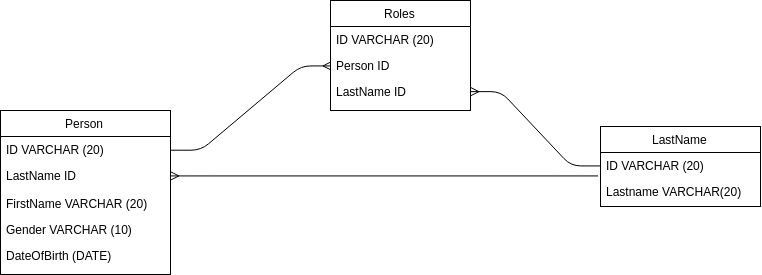
Before: familytree.png, a diagram exported from draw.io (darwins-fox-2017/schema-family-tree). Source tidied: cells renumbered, new cells last; positions are measured from the earlier drawing's top-left corner, leaving out a move shared by most shapes. Source of this version:
```xml
<mxGraphModel background="#ffffff">
  <root>
    <mxCell id="0" />
    <mxCell id="1" parent="0" />
    <mxCell id="2" value="Roles" style="swimlane;html=1;fontStyle=0;horizontal=1;startSize=26;fillColor=none;swimlaneFillColor=#ffffff;" parent="1" vertex="1">
      <mxGeometry x="330" width="140" height="110" as="geometry" />
    </mxCell>
    <mxCell id="3" value="ID VARCHAR (20)" style="text;html=1;strokeColor=none;fillColor=none;align=left;verticalAlign=top;spacingLeft=4;spacingRight=4;whiteSpace=wrap;overflow=hidden;" parent="2" vertex="1">
      <mxGeometry y="26" width="140" height="26" as="geometry" />
    </mxCell>
    <mxCell id="4" value="Person ID" style="text;html=1;strokeColor=none;fillColor=none;align=left;verticalAlign=top;spacingLeft=4;spacingRight=4;whiteSpace=wrap;overflow=hidden;points=[[0,0.5],[1,0.5]];portConstraint=eastwest;" parent="2" vertex="1">
      <mxGeometry y="52" width="140" height="26" as="geometry" />
    </mxCell>
    <mxCell id="5" value="LastName" style="swimlane;html=1;fontStyle=0;horizontal=1;startSize=26;fillColor=none;swimlaneFillColor=#ffffff;" parent="1" vertex="1">
      <mxGeometry x="600" y="126" width="160" height="80" as="geometry" />
    </mxCell>
    <mxCell id="6" value="ID VARCHAR (20)" style="text;html=1;strokeColor=none;fillColor=none;align=left;verticalAlign=top;spacingLeft=4;spacingRight=4;whiteSpace=wrap;overflow=hidden;points=[[0,0.5],[1,0.5]];portConstraint=eastwest;" parent="5" vertex="1">
      <mxGeometry y="26" width="160" height="26" as="geometry" />
    </mxCell>
    <mxCell id="7" value="Lastname VARCHAR(20)" style="text;html=1;strokeColor=none;fillColor=none;align=left;verticalAlign=top;spacingLeft=4;spacingRight=4;whiteSpace=wrap;overflow=hidden;points=[[0,0.5],[1,0.5]];portConstraint=eastwest;" parent="5" vertex="1">
      <mxGeometry y="52" width="160" height="26" as="geometry" />
    </mxCell>
    <mxCell id="8" value="Person" style="swimlane;html=1;fontStyle=0;horizontal=1;startSize=26;fillColor=none;swimlaneFillColor=#ffffff;" parent="1" vertex="1">
      <mxGeometry y="110" width="170" height="164" as="geometry" />
    </mxCell>
    <mxCell id="9" value="ID VARCHAR (20)" style="text;html=1;strokeColor=none;fillColor=none;align=left;verticalAlign=top;spacingLeft=4;spacingRight=4;whiteSpace=wrap;overflow=hidden;points=[[0,0.5],[1,0.5]];portConstraint=eastwest;" parent="8" vertex="1">
      <mxGeometry y="26" width="170" height="26" as="geometry" />
    </mxCell>
    <mxCell id="10" value="LastName ID&lt;div&gt;&lt;br&gt;&lt;/div&gt;&lt;div&gt;FirstName VARCHAR(20)&lt;/div&gt;" style="text;html=1;strokeColor=none;fillColor=none;align=left;verticalAlign=top;spacingLeft=4;spacingRight=4;whiteSpace=wrap;overflow=hidden;points=[[0,0.5],[1,0.5]];portConstraint=eastwest;" parent="8" vertex="1">
      <mxGeometry y="52" width="170" height="28" as="geometry" />
    </mxCell>
    <mxCell id="11" value="FirstName VARCHAR (20)&lt;div&gt;&lt;br&gt;&lt;/div&gt;" style="text;html=1;strokeColor=none;fillColor=none;align=left;verticalAlign=top;spacingLeft=4;spacingRight=4;whiteSpace=wrap;overflow=hidden;" parent="8" vertex="1">
      <mxGeometry y="80" width="170" height="26" as="geometry" />
    </mxCell>
    <mxCell id="12" value="Gender VARCHAR (10)" style="text;html=1;strokeColor=none;fillColor=none;align=left;verticalAlign=top;spacingLeft=4;spacingRight=4;whiteSpace=wrap;overflow=hidden;points=[[0,0.5],[1,0.5]];portConstraint=eastwest;" parent="8" vertex="1">
      <mxGeometry y="106" width="170" height="26" as="geometry" />
    </mxCell>
    <mxCell id="13" value="DateOfBirth (DATE)" style="text;html=1;strokeColor=none;fillColor=none;align=left;verticalAlign=top;spacingLeft=4;spacingRight=4;whiteSpace=wrap;overflow=hidden;points=[[0,0.5],[1,0.5]];portConstraint=eastwest;" parent="8" vertex="1">
      <mxGeometry y="132" width="170" height="26" as="geometry" />
    </mxCell>
    <mxCell id="14" value="LastName ID" style="text;html=1;strokeColor=none;fillColor=none;align=left;verticalAlign=top;spacingLeft=4;spacingRight=4;whiteSpace=wrap;overflow=hidden;points=[[0,0.5],[1,0.5]];portConstraint=eastwest;" parent="1" vertex="1">
      <mxGeometry x="330" y="78" width="140" height="26" as="geometry" />
    </mxCell>
    <mxCell id="15" style="edgeStyle=entityRelationEdgeStyle;html=1;endArrow=ERmany;exitX=1;exitY=0.5;entryX=0;entryY=0.5;endFill=0;" parent="1" edge="1" source="9" target="4">
      <mxGeometry relative="1" as="geometry" />
    </mxCell>
    <mxCell id="16" style="edgeStyle=entityRelationEdgeStyle;html=1;endArrow=none;exitX=1;exitY=0.5;entryX=0;entryY=0.5;endFill=0;startArrow=ERmany;startFill=0;" parent="1" edge="1" source="14" target="6">
      <mxGeometry x="510" y="300" as="geometry" />
    </mxCell>
    <mxCell id="17" style="edgeStyle=entityRelationEdgeStyle;html=1;endArrow=none;exitX=1;exitY=0.464;entryX=-0.012;entryY=-0.115;endFill=0;startArrow=ERmany;startFill=0;exitPerimeter=0;entryPerimeter=0;" parent="1" edge="1" source="10" target="7">
      <mxGeometry x="520" y="362" as="geometry" />
    </mxCell>
  </root>
</mxGraphModel>
```
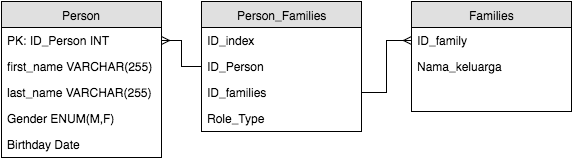
The same file after the commit.

Diff of the diagram source:
```diff
@@ -2,53 +2,53 @@
   <root>
     <mxCell id="0" />
     <mxCell id="1" parent="0" />
-    <mxCell id="2" value="Roles" style="swimlane;html=1;fontStyle=0;horizontal=1;startSize=26;fillColor=none;swimlaneFillColor=#ffffff;" parent="1" vertex="1">
-      <mxGeometry x="330" width="140" height="110" as="geometry" />
+    <mxCell id="2" value="Person" style="swimlane;html=1;fontStyle=0;horizontal=1;startSize=26;fillColor=#e0e0e0;swimlaneFillColor=#ffffff;align=center;" parent="1" vertex="1">
+      <mxGeometry y="-66" width="160" height="156" as="geometry" />
     </mxCell>
+    <mxCell id="18" value="PK: ID_Person INT" style="text;html=1;strokeColor=none;fillColor=none;spacingLeft=4;spacingRight=4;whiteSpace=wrap;overflow=hidden;points=[[0,0.5],[1,0.5]];portConstraint=eastwest;" parent="2" vertex="1">
+      <mxGeometry y="26" width="160" height="26" as="geometry" />
+    </mxCell>
+    <mxCell id="5" value="first_name VARCHAR(255)" style="text;html=1;strokeColor=none;fillColor=none;spacingLeft=4;spacingRight=4;whiteSpace=wrap;overflow=hidden;" parent="2" vertex="1">
+      <mxGeometry y="52" width="160" height="26" as="geometry" />
+    </mxCell>
-    <mxCell id="3" value="ID VARCHAR (20)" style="text;html=1;strokeColor=none;fillColor=none;align=left;verticalAlign=top;spacingLeft=4;spacingRight=4;whiteSpace=wrap;overflow=hidden;" parent="2" vertex="1">
-      <mxGeometry y="26" width="140" height="26" as="geometry" />
+    <mxCell id="3" value="last_name VARCHAR(255)" style="text;html=1;strokeColor=none;fillColor=none;spacingLeft=4;spacingRight=4;whiteSpace=wrap;overflow=hidden;" parent="2" vertex="1">
+      <mxGeometry y="78" width="160" height="26" as="geometry" />
     </mxCell>
-    <mxCell id="4" value="Person ID" style="text;html=1;strokeColor=none;fillColor=none;align=left;verticalAlign=top;spacingLeft=4;spacingRight=4;whiteSpace=wrap;overflow=hidden;points=[[0,0.5],[1,0.5]];portConstraint=eastwest;" parent="2" vertex="1">
-      <mxGeometry y="52" width="140" height="26" as="geometry" />
+    <mxCell id="4" value="Gender ENUM(M,F)" style="text;html=1;strokeColor=none;fillColor=none;spacingLeft=4;spacingRight=4;whiteSpace=wrap;overflow=hidden;points=[[0,0.5],[1,0.5]];portConstraint=eastwest;" parent="2" vertex="1">
+      <mxGeometry y="104" width="160" height="26" as="geometry" />
     </mxCell>
-    <mxCell id="5" value="LastName" style="swimlane;html=1;fontStyle=0;horizontal=1;startSize=26;fillColor=none;swimlaneFillColor=#ffffff;" parent="1" vertex="1">
-      <mxGeometry x="600" y="126" width="160" height="80" as="geometry" />
-    </mxCell>
-    <mxCell id="6" value="ID VARCHAR (20)" style="text;html=1;strokeColor=none;fillColor=none;align=left;verticalAlign=top;spacingLeft=4;spacingRight=4;whiteSpace=wrap;overflow=hidden;points=[[0,0.5],[1,0.5]];portConstraint=eastwest;" parent="5" vertex="1">
-      <mxGeometry y="26" width="160" height="26" as="geometry" />
+    <mxCell id="6" value="Birthday Date" style="text;html=1;strokeColor=none;fillColor=none;spacingLeft=4;spacingRight=4;whiteSpace=wrap;overflow=hidden;points=[[0,0.5],[1,0.5]];portConstraint=eastwest;" parent="2" vertex="1">
+      <mxGeometry y="130" width="160" height="26" as="geometry" />
     </mxCell>
-    <mxCell id="7" value="Lastname VARCHAR(20)" style="text;html=1;strokeColor=none;fillColor=none;align=left;verticalAlign=top;spacingLeft=4;spacingRight=4;whiteSpace=wrap;overflow=hidden;points=[[0,0.5],[1,0.5]];portConstraint=eastwest;" parent="5" vertex="1">
-      <mxGeometry y="52" width="160" height="26" as="geometry" />
-    </mxCell>
-    <mxCell id="8" value="Person" style="swimlane;html=1;fontStyle=0;horizontal=1;startSize=26;fillColor=none;swimlaneFillColor=#ffffff;" parent="1" vertex="1">
-      <mxGeometry y="110" width="170" height="164" as="geometry" />
+    <mxCell id="8" value="Families" style="swimlane;html=1;fontStyle=0;horizontal=1;startSize=26;fillColor=#e0e0e0;swimlaneFillColor=#ffffff;align=center;" parent="1" vertex="1">
+      <mxGeometry x="410" y="-66" width="160" height="110" as="geometry" />
     </mxCell>
-    <mxCell id="9" value="ID VARCHAR (20)" style="text;html=1;strokeColor=none;fillColor=none;align=left;verticalAlign=top;spacingLeft=4;spacingRight=4;whiteSpace=wrap;overflow=hidden;points=[[0,0.5],[1,0.5]];portConstraint=eastwest;" parent="8" vertex="1">
-      <mxGeometry y="26" width="170" height="26" as="geometry" />
+    <mxCell id="9" value="ID_family" style="text;html=1;strokeColor=none;fillColor=none;spacingLeft=4;spacingRight=4;whiteSpace=wrap;overflow=hidden;points=[[0,0.5],[1,0.5]];portConstraint=eastwest;" parent="8" vertex="1">
+      <mxGeometry y="26" width="160" height="26" as="geometry" />
     </mxCell>
-    <mxCell id="10" value="LastName ID&lt;div&gt;&lt;br&gt;&lt;/div&gt;&lt;div&gt;FirstName VARCHAR(20)&lt;/div&gt;" style="text;html=1;strokeColor=none;fillColor=none;align=left;verticalAlign=top;spacingLeft=4;spacingRight=4;whiteSpace=wrap;overflow=hidden;points=[[0,0.5],[1,0.5]];portConstraint=eastwest;" parent="8" vertex="1">
-      <mxGeometry y="52" width="170" height="28" as="geometry" />
-    </mxCell>
+    <mxCell id="19" value="Nama_keluarga" style="text;html=1;strokeColor=none;fillColor=none;spacingLeft=4;spacingRight=4;whiteSpace=wrap;overflow=hidden;" parent="8" vertex="1">
+      <mxGeometry y="52" width="160" height="26" as="geometry" />
+    </mxCell>
+    <mxCell id="20" value="Person_Families" style="swimlane;html=1;fontStyle=0;horizontal=1;startSize=26;fillColor=#e0e0e0;swimlaneFillColor=#ffffff;align=center;" parent="1" vertex="1">
+      <mxGeometry x="200" y="-66" width="160" height="130" as="geometry" />
+    </mxCell>
-    <mxCell id="11" value="FirstName VARCHAR (20)&lt;div&gt;&lt;br&gt;&lt;/div&gt;" style="text;html=1;strokeColor=none;fillColor=none;align=left;verticalAlign=top;spacingLeft=4;spacingRight=4;whiteSpace=wrap;overflow=hidden;" parent="8" vertex="1">
-      <mxGeometry y="80" width="170" height="26" as="geometry" />
+    <mxCell id="11" value="ID_index" style="text;html=1;strokeColor=none;fillColor=none;spacingLeft=4;spacingRight=4;whiteSpace=wrap;overflow=hidden;" parent="20" vertex="1">
+      <mxGeometry y="26" width="160" height="26" as="geometry" />
     </mxCell>
-    <mxCell id="12" value="Gender VARCHAR (10)" style="text;html=1;strokeColor=none;fillColor=none;align=left;verticalAlign=top;spacingLeft=4;spacingRight=4;whiteSpace=wrap;overflow=hidden;points=[[0,0.5],[1,0.5]];portConstraint=eastwest;" parent="8" vertex="1">
-      <mxGeometry y="106" width="170" height="26" as="geometry" />
+    <mxCell id="12" value="ID_Person" style="text;html=1;strokeColor=none;fillColor=none;spacingLeft=4;spacingRight=4;whiteSpace=wrap;overflow=hidden;points=[[0,0.5],[1,0.5]];portConstraint=eastwest;" parent="20" vertex="1">
+      <mxGeometry y="52" width="160" height="26" as="geometry" />
     </mxCell>
-    <mxCell id="13" value="DateOfBirth (DATE)" style="text;html=1;strokeColor=none;fillColor=none;align=left;verticalAlign=top;spacingLeft=4;spacingRight=4;whiteSpace=wrap;overflow=hidden;points=[[0,0.5],[1,0.5]];portConstraint=eastwest;" parent="8" vertex="1">
-      <mxGeometry y="132" width="170" height="26" as="geometry" />
+    <mxCell id="13" value="ID_families" style="text;html=1;strokeColor=none;fillColor=none;spacingLeft=4;spacingRight=4;whiteSpace=wrap;overflow=hidden;points=[[0,0.5],[1,0.5]];portConstraint=eastwest;" parent="20" vertex="1">
+      <mxGeometry y="78" width="160" height="26" as="geometry" />
     </mxCell>
-    <mxCell id="14" value="LastName ID" style="text;html=1;strokeColor=none;fillColor=none;align=left;verticalAlign=top;spacingLeft=4;spacingRight=4;whiteSpace=wrap;overflow=hidden;points=[[0,0.5],[1,0.5]];portConstraint=eastwest;" parent="1" vertex="1">
-      <mxGeometry x="330" y="78" width="140" height="26" as="geometry" />
-    </mxCell>
-    <mxCell id="15" style="edgeStyle=entityRelationEdgeStyle;html=1;endArrow=ERmany;exitX=1;exitY=0.5;entryX=0;entryY=0.5;endFill=0;" parent="1" edge="1" source="9" target="4">
-      <mxGeometry relative="1" as="geometry" />
+    <mxCell id="15" value="Role_Type" style="text;html=1;strokeColor=none;fillColor=none;spacingLeft=4;spacingRight=4;whiteSpace=wrap;overflow=hidden;" parent="20" vertex="1">
+      <mxGeometry y="104" width="160" height="26" as="geometry" />
     </mxCell>
-    <mxCell id="16" style="edgeStyle=entityRelationEdgeStyle;html=1;endArrow=none;exitX=1;exitY=0.5;entryX=0;entryY=0.5;endFill=0;startArrow=ERmany;startFill=0;" parent="1" edge="1" source="14" target="6">
-      <mxGeometry x="510" y="300" as="geometry" />
+    <mxCell id="16" style="edgeStyle=orthogonalEdgeStyle;rounded=0;html=1;entryX=0;entryY=0.5;startArrow=none;startFill=0;endArrow=ERmany;endFill=0;jettySize=auto;" parent="1" edge="1" source="13" target="9">
+      <mxGeometry relative="1" as="geometry" />
     </mxCell>
-    <mxCell id="17" style="edgeStyle=entityRelationEdgeStyle;html=1;endArrow=none;exitX=1;exitY=0.464;entryX=-0.012;entryY=-0.115;endFill=0;startArrow=ERmany;startFill=0;exitPerimeter=0;entryPerimeter=0;" parent="1" edge="1" source="10" target="7">
-      <mxGeometry x="520" y="362" as="geometry" />
+    <mxCell id="17" style="edgeStyle=orthogonalEdgeStyle;rounded=0;html=1;entryX=1;entryY=0.5;startArrow=none;startFill=0;endArrow=ERmany;endFill=0;jettySize=auto;" parent="1" edge="1" source="12" target="18">
+      <mxGeometry relative="1" as="geometry" />
     </mxCell>
   </root>
 </mxGraphModel>
```
